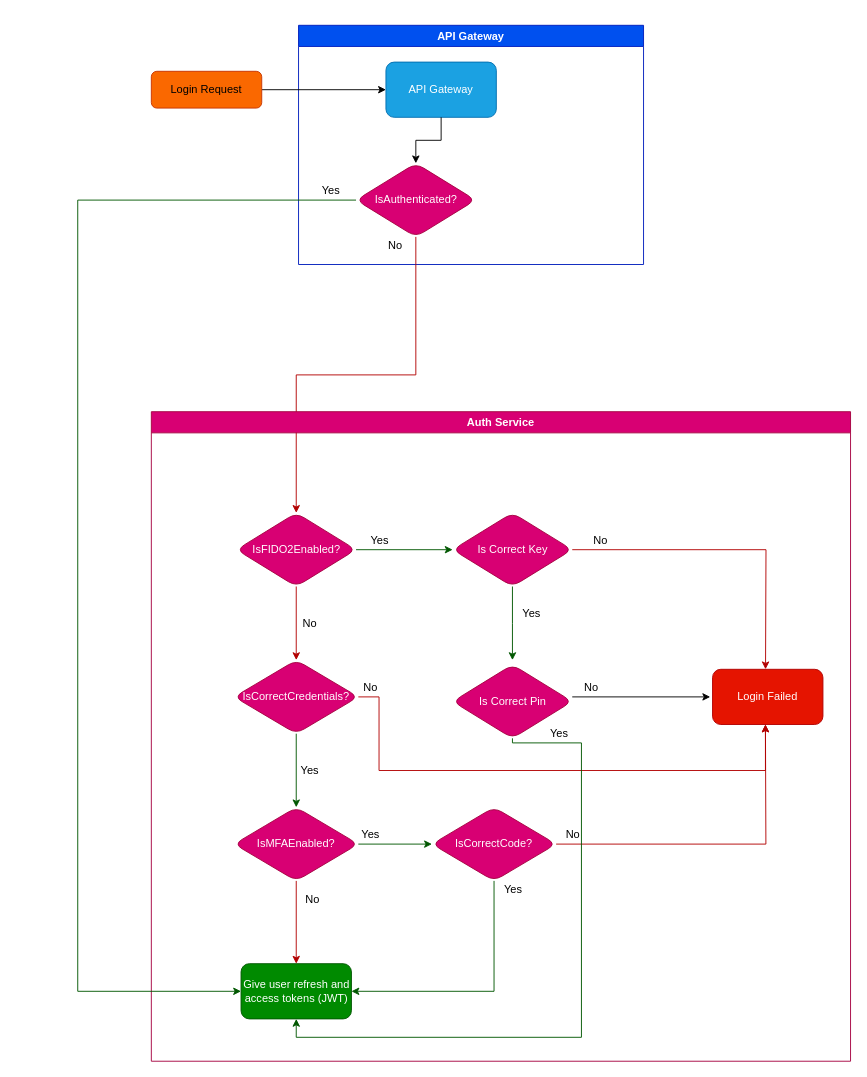
Before: login-flow.drawio in rittaschool/diagrams, a draw.io diagram. Source tidied: cells renumbered, new cells numbered last; positions are measured from the earlier drawing's top-left corner, leaving out a move shared by most shapes. Both pictures are drawn from the tidied source at 92%, with x=0, y=0 at pixel (77, 25).
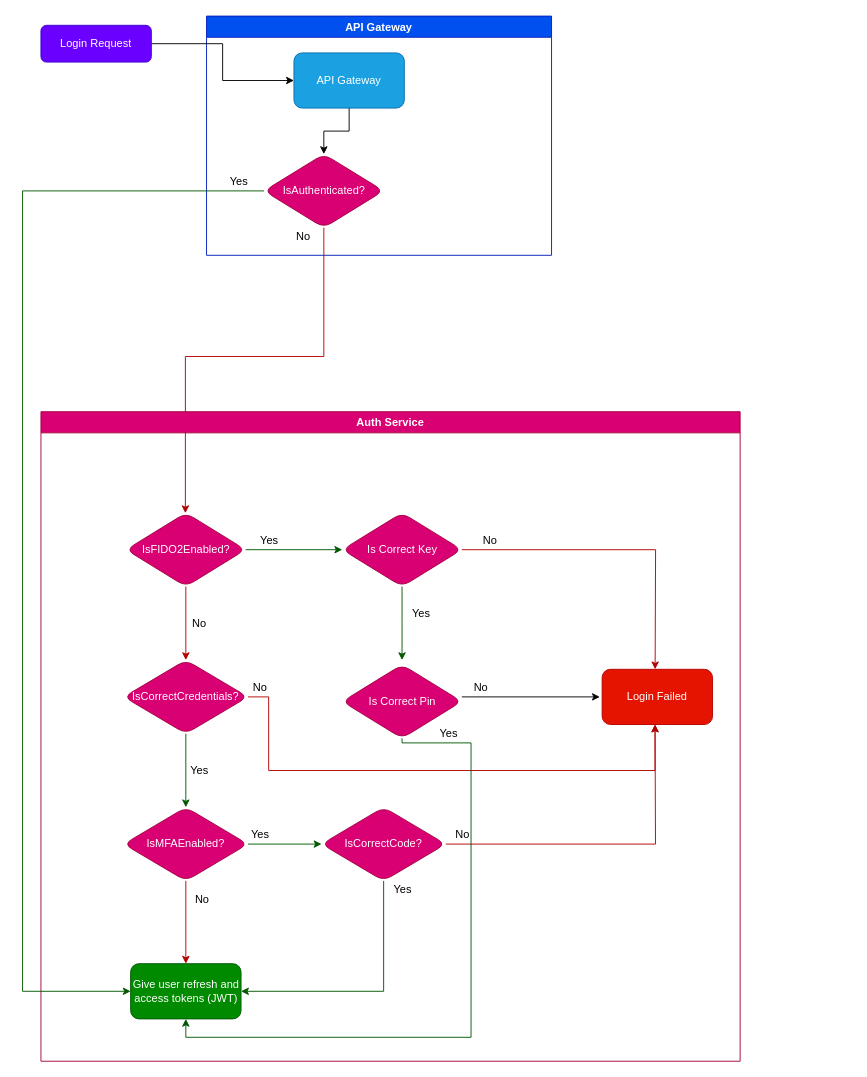
The same page after the edit.

The change refers to these unchanged cells:
```xml
<mxCell id="4" value="IsAuthenticated?" style="rhombus;whiteSpace=wrap;html=1;rounded=1;fillColor=#d80073;fontColor=#ffffff;strokeColor=#A50040;" parent="2" vertex="1">
  <mxGeometry x="62.5" y="150" width="130" height="80" as="geometry" />
</mxCell>
<mxCell id="12" value="IsFIDO2Enabled?" style="rhombus;whiteSpace=wrap;html=1;rounded=1;fillColor=#d80073;fontColor=#ffffff;strokeColor=#A50040;" parent="11" vertex="1">
  <mxGeometry x="92.5" y="110" width="130" height="80" as="geometry" />
</mxCell>
<mxCell id="36" value="Give user refresh and access tokens (JWT)" style="whiteSpace=wrap;html=1;rounded=1;fillColor=#008a00;fontColor=#ffffff;strokeColor=#005700;" parent="11" vertex="1">
  <mxGeometry x="97.5" y="600" width="120" height="60" as="geometry" />
</mxCell>
```

What changed in the source:
```diff
@@
     <mxCell id="2" value="API Gateway" style="swimlane;fillColor=#0050ef;strokeColor=#001DBC;strokeWidth=1;perimeterSpacing=0;labelBackgroundColor=none;shadow=0;rounded=0;startSize=23;fontColor=#ffffff;" parent="1" vertex="1">
-      <mxGeometry x="240" width="375" height="260" as="geometry" />
+      <mxGeometry x="140" y="-10" width="375" height="260" as="geometry" />
     </mxCell>
@@
-    <mxCell id="9" value="Login Request" style="rounded=1;whiteSpace=wrap;html=1;fontSize=12;glass=0;strokeWidth=1;shadow=0;fillColor=#fa6800;fontColor=#000000;strokeColor=#C73500;" parent="1" vertex="1">
-      <mxGeometry x="80" y="50" width="120" height="40" as="geometry" />
+    <mxCell id="9" value="Login Request" style="rounded=1;whiteSpace=wrap;html=1;fontSize=12;glass=0;strokeWidth=1;shadow=0;fillColor=#6a00ff;fontColor=#ffffff;strokeColor=#3700CC;" parent="1" vertex="1">
+      <mxGeometry x="-40" width="120" height="40" as="geometry" />
     </mxCell>
     <mxCell id="10" style="edgeStyle=orthogonalEdgeStyle;rounded=0;jettySize=auto;html=1;fillColor=#e51400;strokeColor=#B20000;" parent="1" edge="1" source="4" target="12">
-      <mxGeometry relative="1" as="geometry" />
+      <mxGeometry relative="1" as="geometry">
+        <Array as="points">
+          <mxPoint x="267" y="360" />
+          <mxPoint x="117" y="360" />
+        </Array>
+      </mxGeometry>
     </mxCell>
     <mxCell id="11" value="Auth Service" style="swimlane;rounded=0;shadow=0;labelBackgroundColor=none;strokeWidth=1;fillColor=#d80073;fontColor=#ffffff;strokeColor=#A50040;" parent="1" vertex="1">
-      <mxGeometry x="80" y="420" width="760" height="706" as="geometry" />
+      <mxGeometry x="-40" y="420" width="760" height="706" as="geometry" />
     </mxCell>
@@
     <mxCell id="44" style="edgeStyle=orthogonalEdgeStyle;rounded=0;jettySize=auto;html=1;exitX=0;exitY=0.5;exitDx=0;exitDy=0;strokeWidth=1;fillColor=#008a00;strokeColor=#005700;" parent="1" edge="1" source="4" target="36">
       <mxGeometry relative="1" as="geometry">
         <Array as="points">
-          <mxPoint y="190" />
-          <mxPoint y="1050" />
+          <mxPoint x="-60" y="180" />
+          <mxPoint x="-60" y="1050" />
         </Array>
       </mxGeometry>
     </mxCell>
```
